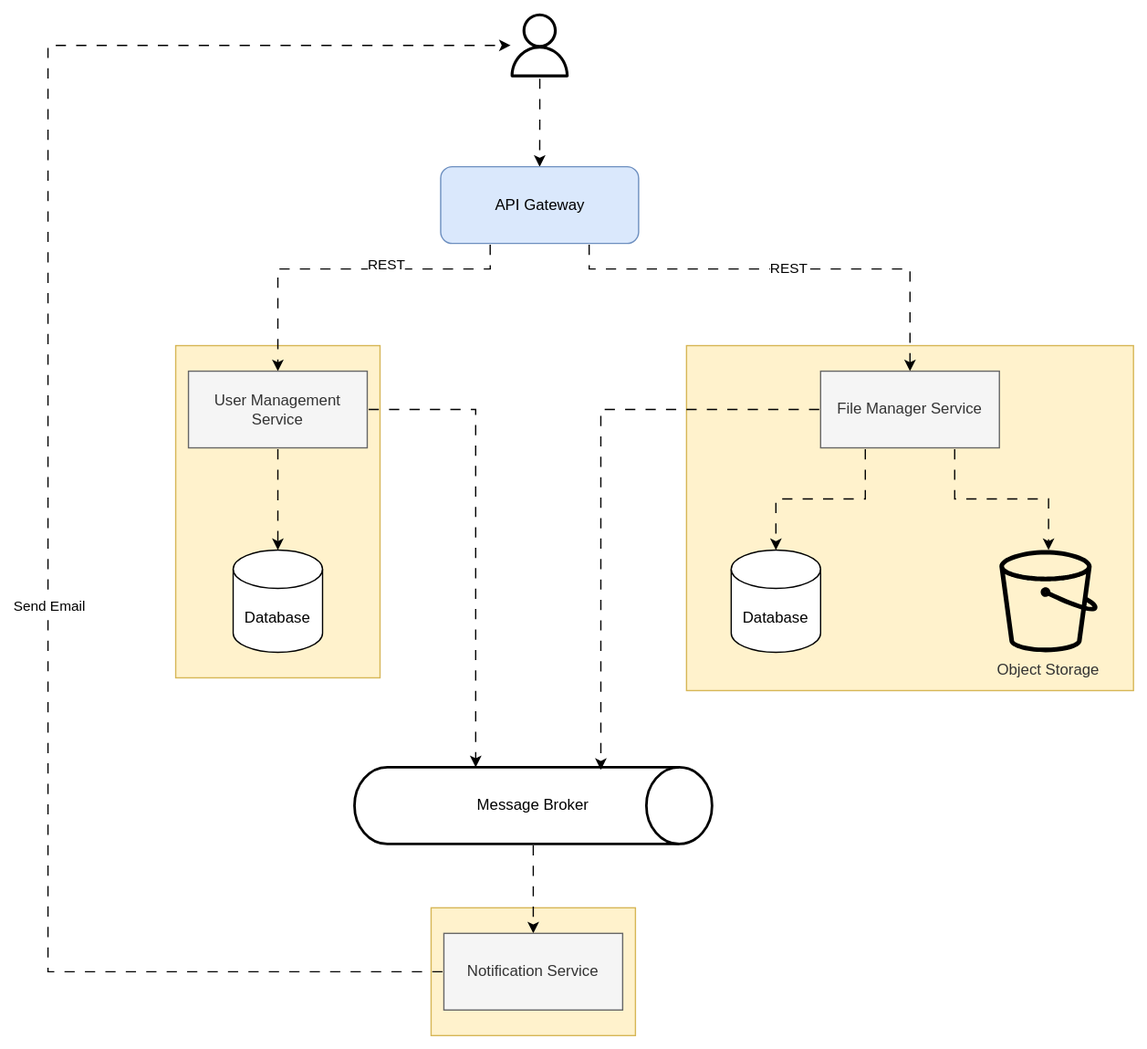
Earlier version of the draw.io export @docs/high-level-system-design.svg (eduardogomesf/my-album). Source tidied: cells renumbered, new cells last; positions are measured from the earlier drawing's top-left corner, leaving out a move shared by most shapes. Source of this version:
```xml
<mxGraphModel>
  <root>
    <mxCell id="0" />
    <mxCell id="1" parent="0" />
    <mxCell id="2" style="rounded=0;whiteSpace=wrap;html=1;fillColor=#fff2cc;strokeColor=#d6b656;" parent="1" vertex="1">
      <mxGeometry x="300" y="700" width="160" height="100" as="geometry" />
    </mxCell>
    <mxCell id="3" style="rounded=0;whiteSpace=wrap;html=1;fillColor=#fff2cc;strokeColor=#d6b656;" parent="1" vertex="1">
      <mxGeometry x="500" y="260" width="350" height="270" as="geometry" />
    </mxCell>
    <mxCell id="4" style="rounded=0;whiteSpace=wrap;html=1;fillColor=#fff2cc;strokeColor=#d6b656;" parent="1" vertex="1">
      <mxGeometry x="100" y="260" width="160" height="260" as="geometry" />
    </mxCell>
    <mxCell id="5" style="edgeStyle=orthogonalEdgeStyle;rounded=0;jettySize=auto;html=1;flowAnimation=1;" parent="1" edge="1" source="6" target="10">
      <mxGeometry relative="1" as="geometry" />
    </mxCell>
    <mxCell id="6" style="sketch=0;outlineConnect=0;fontColor=#232F3E;gradientColor=none;fillColor=#000000;strokeColor=none;dashed=0;verticalLabelPosition=bottom;verticalAlign=top;align=center;html=1;fontSize=12;fontStyle=0;shape=mxgraph.aws4.user;" parent="1" vertex="1">
      <mxGeometry x="360" width="50" height="50" as="geometry" />
    </mxCell>
    <mxCell id="7" style="edgeStyle=orthogonalEdgeStyle;rounded=0;jettySize=auto;html=1;exitX=0.25;exitY=1;exitDx=0;exitDy=0;flowAnimation=1;" parent="1" edge="1" source="10" target="11">
      <mxGeometry relative="1" as="geometry">
        <Array as="points">
          <mxPoint x="346" y="200" />
          <mxPoint x="180" y="200" />
        </Array>
      </mxGeometry>
    </mxCell>
    <mxCell id="8" value="REST&lt;br&gt;" style="edgeLabel;html=1;align=center;verticalAlign=middle;" parent="7" vertex="1">
      <mxGeometry x="-0.24" y="-4" relative="1" as="geometry" />
    </mxCell>
    <mxCell id="9" value="REST&lt;br&gt;" style="edgeStyle=orthogonalEdgeStyle;rounded=0;jettySize=auto;html=1;exitX=0.75;exitY=1;exitDx=0;exitDy=0;flowAnimation=1;" parent="1" edge="1" source="10" target="15">
      <mxGeometry relative="1" as="geometry">
        <Array as="points">
          <mxPoint x="424" y="200" />
          <mxPoint x="675" y="200" />
        </Array>
      </mxGeometry>
    </mxCell>
    <mxCell id="10" value="API Gateway" style="rounded=1;whiteSpace=wrap;html=1;fillColor=#dae8fc;strokeColor=#6c8ebf;" parent="1" vertex="1">
      <mxGeometry x="307.5" y="120" width="155" height="60" as="geometry" />
    </mxCell>
    <mxCell id="11" value="Customer Management Service" style="rounded=0;whiteSpace=wrap;html=1;fillColor=#f5f5f5;fontColor=#333333;strokeColor=#666666;" parent="1" vertex="1">
      <mxGeometry x="110" y="280" width="140" height="60" as="geometry" />
    </mxCell>
    <mxCell id="12" value="Database" style="shape=cylinder3;whiteSpace=wrap;html=1;boundedLbl=1;backgroundOutline=1;size=15;" parent="1" vertex="1">
      <mxGeometry x="145" y="420" width="70" height="80" as="geometry" />
    </mxCell>
    <mxCell id="13" style="edgeStyle=orthogonalEdgeStyle;rounded=0;jettySize=auto;html=1;exitX=0.5;exitY=1;exitDx=0;exitDy=0;entryX=0.5;entryY=0;entryDx=0;entryDy=0;entryPerimeter=0;flowAnimation=1;" parent="1" edge="1" source="11" target="12">
      <mxGeometry relative="1" as="geometry" />
    </mxCell>
    <mxCell id="14" style="edgeStyle=orthogonalEdgeStyle;rounded=0;jettySize=auto;html=1;exitX=0.75;exitY=1;exitDx=0;exitDy=0;flowAnimation=1;" parent="1" edge="1" source="15" target="18">
      <mxGeometry relative="1" as="geometry" />
    </mxCell>
    <mxCell id="15" value="File Manager Service" style="rounded=0;whiteSpace=wrap;html=1;fillColor=#f5f5f5;fontColor=#333333;strokeColor=#666666;" parent="1" vertex="1">
      <mxGeometry x="605" y="280" width="140" height="60" as="geometry" />
    </mxCell>
    <mxCell id="16" value="&lt;p style=&quot;line-height: 120%;&quot;&gt;&lt;font face=&quot;Helvetica&quot;&gt;Database&lt;/font&gt;&lt;/p&gt;" style="shape=cylinder3;whiteSpace=wrap;html=1;boundedLbl=1;backgroundOutline=1;size=15;align=center;" parent="1" vertex="1">
      <mxGeometry x="535" y="420" width="70" height="80" as="geometry" />
    </mxCell>
    <mxCell id="17" style="edgeStyle=orthogonalEdgeStyle;rounded=0;jettySize=auto;html=1;entryX=0.5;entryY=0;entryDx=0;entryDy=0;entryPerimeter=0;flowAnimation=1;exitX=0.25;exitY=1;exitDx=0;exitDy=0;" parent="1" edge="1" source="15" target="16">
      <mxGeometry relative="1" as="geometry" />
    </mxCell>
    <mxCell id="18" value="Object Storage" style="sketch=0;outlineConnect=0;dashed=0;verticalLabelPosition=bottom;verticalAlign=top;align=center;html=1;fontSize=12;fontStyle=0;shape=mxgraph.aws4.bucket;fillColor=#000000;strokeColor=#666666;fontColor=#333333;" parent="1" vertex="1">
      <mxGeometry x="745" y="420" width="76.9" height="80" as="geometry" />
    </mxCell>
    <mxCell id="19" style="edgeStyle=orthogonalEdgeStyle;rounded=0;jettySize=auto;html=1;exitX=0.5;exitY=1;exitDx=0;exitDy=0;exitPerimeter=0;entryX=0.5;entryY=0;entryDx=0;entryDy=0;flowAnimation=1;" parent="1" edge="1" source="20" target="25">
      <mxGeometry relative="1" as="geometry" />
    </mxCell>
    <mxCell id="20" value="Message Broker&lt;br&gt;" style="strokeWidth=2;html=1;shape=mxgraph.flowchart.direct_data;whiteSpace=wrap;" parent="1" vertex="1">
      <mxGeometry x="240" y="590" width="280" height="60" as="geometry" />
    </mxCell>
    <mxCell id="21" style="edgeStyle=orthogonalEdgeStyle;rounded=0;jettySize=auto;html=1;exitX=1;exitY=0.5;exitDx=0;exitDy=0;entryX=0.339;entryY=0;entryDx=0;entryDy=0;entryPerimeter=0;flowAnimation=1;" parent="1" edge="1" source="11" target="20">
      <mxGeometry relative="1" as="geometry" />
    </mxCell>
    <mxCell id="22" style="edgeStyle=orthogonalEdgeStyle;rounded=0;jettySize=auto;html=1;exitX=0;exitY=0.5;exitDx=0;exitDy=0;entryX=0.689;entryY=0.033;entryDx=0;entryDy=0;entryPerimeter=0;flowAnimation=1;" parent="1" edge="1" source="15" target="20">
      <mxGeometry relative="1" as="geometry" />
    </mxCell>
    <mxCell id="23" style="edgeStyle=orthogonalEdgeStyle;rounded=0;jettySize=auto;html=1;exitX=0;exitY=0.5;exitDx=0;exitDy=0;flowAnimation=1;" parent="1" edge="1" source="25" target="6">
      <mxGeometry relative="1" as="geometry">
        <Array as="points">
          <mxPoint y="750" />
          <mxPoint y="25" />
        </Array>
      </mxGeometry>
    </mxCell>
    <mxCell id="24" value="Send Email" style="edgeLabel;html=1;align=center;verticalAlign=middle;" parent="23" vertex="1">
      <mxGeometry x="-0.15" relative="1" as="geometry" />
    </mxCell>
    <mxCell id="25" value="Notification Service&lt;br&gt;" style="rounded=0;whiteSpace=wrap;html=1;fillColor=#f5f5f5;fontColor=#333333;strokeColor=#666666;" parent="1" vertex="1">
      <mxGeometry x="310" y="720" width="140" height="60" as="geometry" />
    </mxCell>
  </root>
</mxGraphModel>
```
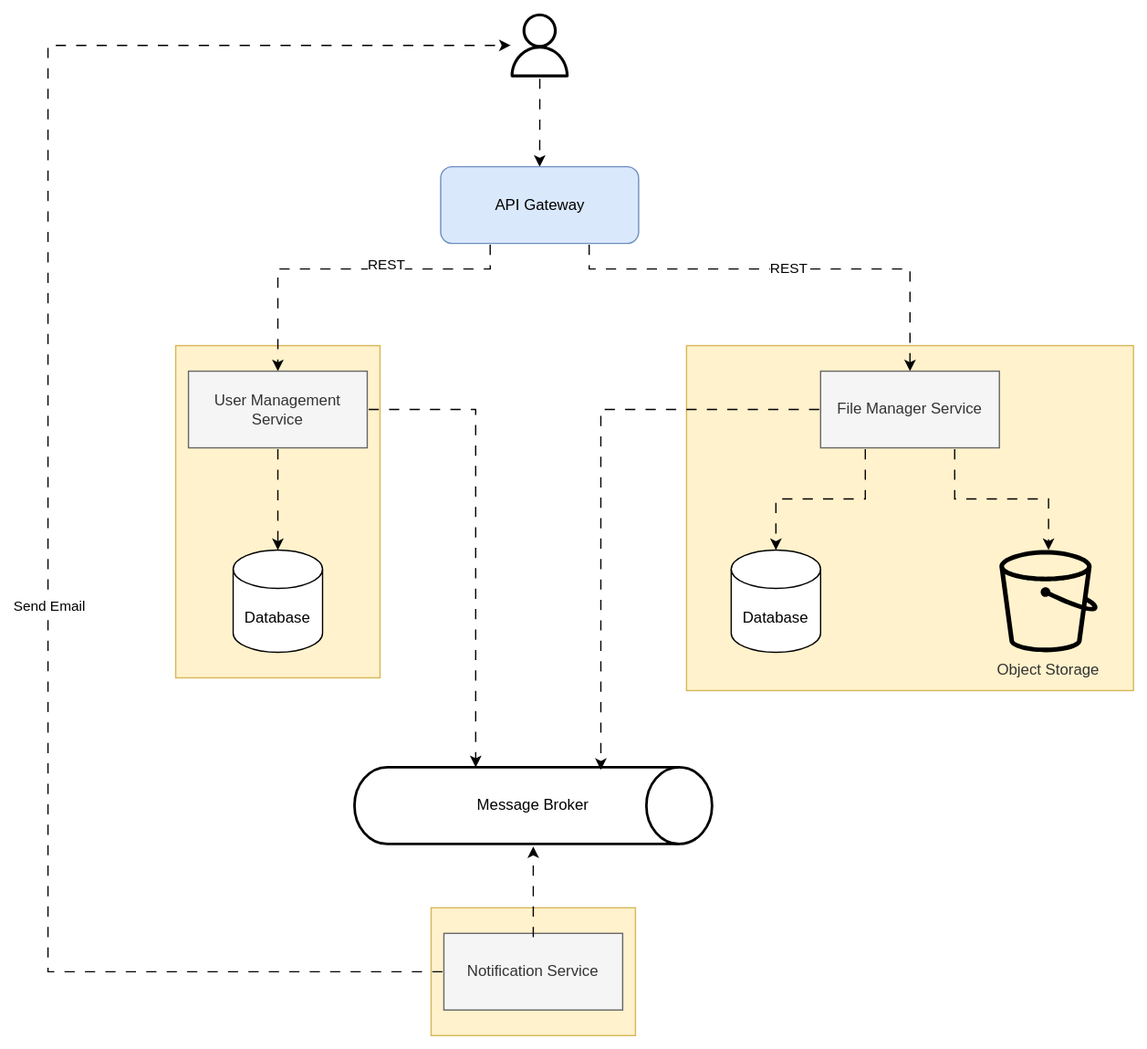
The same diagram one commit later.

Change to the diagram source:
```diff
@@ -39,7 +39,7 @@
     <mxCell id="10" value="API Gateway" style="rounded=1;whiteSpace=wrap;html=1;fillColor=#dae8fc;strokeColor=#6c8ebf;" parent="1" vertex="1">
       <mxGeometry x="307.5" y="120" width="155" height="60" as="geometry" />
     </mxCell>
-    <mxCell id="11" value="Customer Management Service" style="rounded=0;whiteSpace=wrap;html=1;fillColor=#f5f5f5;fontColor=#333333;strokeColor=#666666;" parent="1" vertex="1">
+    <mxCell id="11" value="User Management Service" style="rounded=0;whiteSpace=wrap;html=1;fillColor=#f5f5f5;fontColor=#333333;strokeColor=#666666;" parent="1" vertex="1">
       <mxGeometry x="110" y="280" width="140" height="60" as="geometry" />
     </mxCell>
     <mxCell id="12" value="Database" style="shape=cylinder3;whiteSpace=wrap;html=1;boundedLbl=1;backgroundOutline=1;size=15;" parent="1" vertex="1">
@@ -63,9 +63,6 @@
     <mxCell id="18" value="Object Storage" style="sketch=0;outlineConnect=0;dashed=0;verticalLabelPosition=bottom;verticalAlign=top;align=center;html=1;fontSize=12;fontStyle=0;shape=mxgraph.aws4.bucket;fillColor=#000000;strokeColor=#666666;fontColor=#333333;" parent="1" vertex="1">
       <mxGeometry x="745" y="420" width="76.9" height="80" as="geometry" />
     </mxCell>
-    <mxCell id="19" style="edgeStyle=orthogonalEdgeStyle;rounded=0;jettySize=auto;html=1;exitX=0.5;exitY=1;exitDx=0;exitDy=0;exitPerimeter=0;entryX=0.5;entryY=0;entryDx=0;entryDy=0;flowAnimation=1;" parent="1" edge="1" source="20" target="25">
-      <mxGeometry relative="1" as="geometry" />
-    </mxCell>
     <mxCell id="20" value="Message Broker&lt;br&gt;" style="strokeWidth=2;html=1;shape=mxgraph.flowchart.direct_data;whiteSpace=wrap;" parent="1" vertex="1">
       <mxGeometry x="240" y="590" width="280" height="60" as="geometry" />
     </mxCell>
@@ -89,5 +86,11 @@
     <mxCell id="25" value="Notification Service&lt;br&gt;" style="rounded=0;whiteSpace=wrap;html=1;fillColor=#f5f5f5;fontColor=#333333;strokeColor=#666666;" parent="1" vertex="1">
       <mxGeometry x="310" y="720" width="140" height="60" as="geometry" />
     </mxCell>
+    <mxCell id="26" style="endArrow=classic;html=1;rounded=0;exitX=0.5;exitY=0;exitDx=0;exitDy=0;entryX=0.5;entryY=1;entryDx=0;entryDy=0;entryPerimeter=0;flowAnimation=1;noJump=0;backgroundOutline=0;" parent="1" edge="1">
+      <mxGeometry relative="1" as="geometry">
+        <mxPoint x="380" y="724" as="sourcePoint" />
+        <mxPoint x="380" y="652" as="targetPoint" />
+      </mxGeometry>
+    </mxCell>
   </root>
 </mxGraphModel>
```
